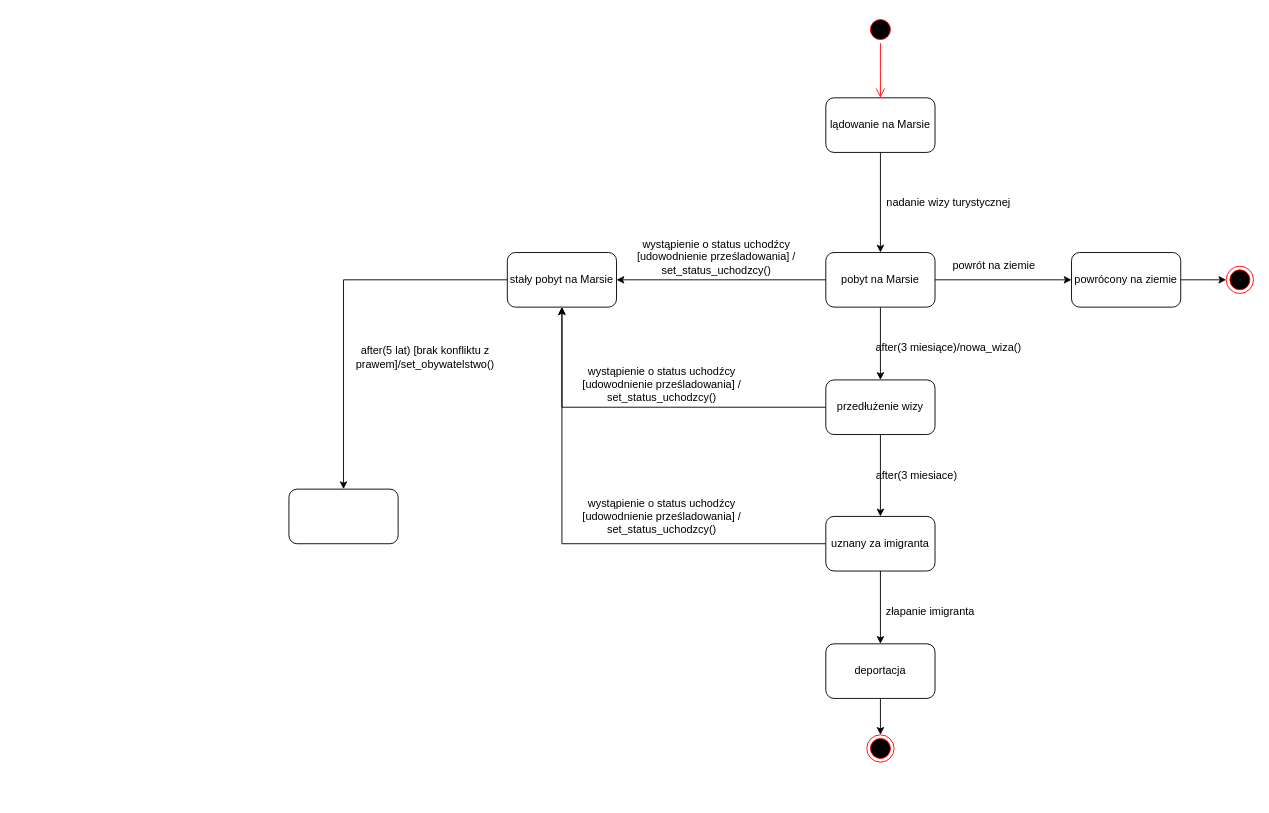
This is diagram_stan.drawio from MichjuX/UML_Diagrams, a draw.io file, before an edit. Source tidied: cells renumbered, new cells numbered last; positions are measured from the earlier drawing's top-left corner, leaving out a move shared by most shapes. Both pictures are drawn from the tidied source at 91%, with x=0, y=0 at pixel (288, 15).
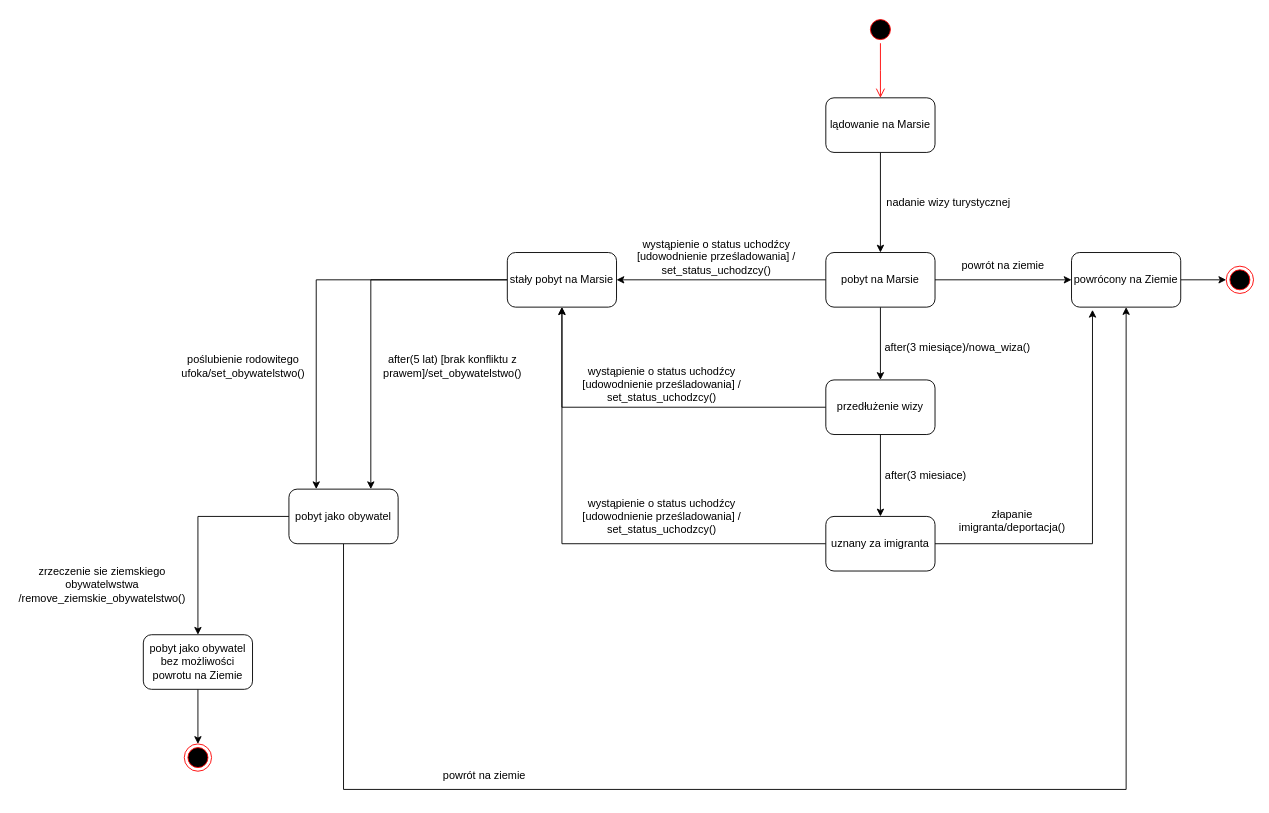
Above is the later version.

Unchanged cells that the change refers to:
```xml
<mxCell id="21" value="uznany za imigranta" style="rounded=1;whiteSpace=wrap;html=1;" parent="1" vertex="1">
  <mxGeometry x="590" y="550" width="120" height="60" as="geometry" />
</mxCell>
<mxCell id="28" value="stały pobyt na Marsie" style="rounded=1;whiteSpace=wrap;html=1;" parent="1" vertex="1">
  <mxGeometry x="240" y="260" width="120" height="60" as="geometry" />
</mxCell>
```

The edit, as a diff of the source:
```diff
@@
-    <mxCell id="12" value="powrócony na ziemie" style="rounded=1;whiteSpace=wrap;html=1;" parent="1" vertex="1">
+    <mxCell id="12" value="powrócony na Ziemie" style="rounded=1;whiteSpace=wrap;html=1;" parent="1" vertex="1">
       <mxGeometry x="860" y="260" width="120" height="60" as="geometry" />
     </mxCell>
     <mxCell id="13" value="powrót na ziemie" style="text;html=1;align=center;verticalAlign=middle;whiteSpace=wrap;rounded=0;" parent="1" vertex="1">
-      <mxGeometry x="700" y="260" width="150" height="30" as="geometry" />
+      <mxGeometry x="710" y="260" width="150" height="30" as="geometry" />
     </mxCell>
@@
     <mxCell id="18" value="after(3 miesiące)/nowa_wiza()" style="text;html=1;align=center;verticalAlign=middle;whiteSpace=wrap;rounded=0;" parent="1" vertex="1">
-      <mxGeometry x="625" y="350" width="200" height="30" as="geometry" />
+      <mxGeometry x="635" y="350" width="200" height="30" as="geometry" />
     </mxCell>
-    <mxCell id="19" style="edgeStyle=orthogonalEdgeStyle;rounded=0;jettySize=auto;html=1;" parent="1" edge="1" source="21" target="24">
-      <mxGeometry relative="1" as="geometry" />
-    </mxCell>
@@
     <mxCell id="22" value="after(3 miesiace)" style="text;html=1;align=center;verticalAlign=middle;whiteSpace=wrap;rounded=0;" parent="1" vertex="1">
-      <mxGeometry x="625" y="490" width="130" height="30" as="geometry" />
+      <mxGeometry x="635" y="490" width="130" height="30" as="geometry" />
     </mxCell>
-    <mxCell id="23" style="edgeStyle=orthogonalEdgeStyle;rounded=0;jettySize=auto;html=1;" parent="1" edge="1" source="24" target="26">
-      <mxGeometry relative="1" as="geometry" />
-    </mxCell>
-    <mxCell id="24" value="deportacja" style="rounded=1;whiteSpace=wrap;html=1;" parent="1" vertex="1">
-      <mxGeometry x="590" y="690" width="120" height="60" as="geometry" />
-    </mxCell>
-    <mxCell id="25" value="złapanie imigranta" style="text;html=1;align=center;verticalAlign=middle;whiteSpace=wrap;rounded=0;" parent="1" vertex="1">
-      <mxGeometry x="650" y="640" width="110" height="30" as="geometry" />
+    <mxCell id="25" value="złapanie imigranta/deportacja()" style="text;html=1;align=center;verticalAlign=middle;whiteSpace=wrap;rounded=0;" parent="1" vertex="1">
+      <mxGeometry x="740" y="540" width="110" height="30" as="geometry" />
     </mxCell>
-    <mxCell id="26" style="ellipse;html=1;shape=endState;fillColor=#000000;strokeColor=#ff0000;" parent="1" vertex="1">
-      <mxGeometry x="635" y="790" width="30" height="30" as="geometry" />
-    </mxCell>
-    <mxCell id="27" style="edgeStyle=orthogonalEdgeStyle;rounded=0;jettySize=auto;html=1;entryX=0.5;entryY=0;entryDx=0;entryDy=0;" parent="1" edge="1" source="28" target="32">
-      <mxGeometry relative="1" as="geometry" />
-    </mxCell>
+    <mxCell id="34" style="edgeStyle=orthogonalEdgeStyle;rounded=0;jettySize=auto;html=1;entryX=0.25;entryY=0;entryDx=0;entryDy=0;" parent="1" edge="1" source="28" target="32">
+      <mxGeometry relative="1" as="geometry" />
+    </mxCell>
+    <mxCell id="35" style="edgeStyle=orthogonalEdgeStyle;rounded=0;jettySize=auto;html=1;entryX=0.75;entryY=0;entryDx=0;entryDy=0;" parent="1" edge="1" source="28" target="32">
+      <mxGeometry relative="1" as="geometry" />
+    </mxCell>
@@
+    <mxCell id="36" style="edgeStyle=orthogonalEdgeStyle;rounded=0;jettySize=auto;html=1;entryX=0.5;entryY=1;entryDx=0;entryDy=0;" parent="1" edge="1" source="32" target="12">
+      <mxGeometry relative="1" as="geometry">
+        <Array as="points">
+          <mxPoint x="60" y="850" />
+          <mxPoint x="920" y="850" />
+        </Array>
+      </mxGeometry>
+    </mxCell>
+    <mxCell id="37" style="edgeStyle=orthogonalEdgeStyle;rounded=0;jettySize=auto;html=1;" parent="1" edge="1" source="32" target="41">
+      <mxGeometry relative="1" as="geometry" />
+    </mxCell>
-    <mxCell id="32" style="rounded=1;whiteSpace=wrap;html=1;" parent="1" vertex="1">
+    <mxCell id="32" value="pobyt jako obywatel" style="rounded=1;whiteSpace=wrap;html=1;" parent="1" vertex="1">
       <mxGeometry y="520" width="120" height="60" as="geometry" />
     </mxCell>
     <mxCell id="33" value="after(5 lat) [brak konfliktu z prawem]/set_obywatelstwo()" style="text;html=1;align=center;verticalAlign=middle;whiteSpace=wrap;rounded=0;" parent="1" vertex="1">
-      <mxGeometry x="60" y="360" width="180" height="30" as="geometry" />
+      <mxGeometry x="90" y="370" width="180" height="30" as="geometry" />
     </mxCell>
+    <mxCell id="38" value="poślubienie rodowitego ufoka/set_obywatelstwo()" style="text;html=1;align=center;verticalAlign=middle;whiteSpace=wrap;rounded=0;" parent="1" vertex="1">
+      <mxGeometry x="-110" y="370" width="120" height="30" as="geometry" />
+    </mxCell>
+    <mxCell id="39" value="powrót na ziemie" style="text;html=1;align=center;verticalAlign=middle;whiteSpace=wrap;rounded=0;" parent="1" vertex="1">
+      <mxGeometry x="140" y="820" width="150" height="30" as="geometry" />
+    </mxCell>
+    <mxCell id="40" style="edgeStyle=orthogonalEdgeStyle;rounded=0;jettySize=auto;html=1;entryX=0.5;entryY=0;entryDx=0;entryDy=0;" parent="1" edge="1" source="41" target="43">
+      <mxGeometry relative="1" as="geometry" />
+    </mxCell>
+    <mxCell id="41" value="pobyt jako obywatel bez możliwości powrotu na Ziemie" style="rounded=1;whiteSpace=wrap;html=1;" parent="1" vertex="1">
+      <mxGeometry x="-160" y="680" width="120" height="60" as="geometry" />
+    </mxCell>
+    <mxCell id="42" value="zrzeczenie sie ziemskiego obywatelwstwa&lt;div&gt;/remove_ziemskie_obywatelstwo()&lt;/div&gt;" style="text;html=1;align=center;verticalAlign=middle;whiteSpace=wrap;rounded=0;" parent="1" vertex="1">
+      <mxGeometry x="-300" y="610" width="190" height="30" as="geometry" />
+    </mxCell>
+    <mxCell id="43" style="ellipse;html=1;shape=endState;fillColor=#000000;strokeColor=#ff0000;" parent="1" vertex="1">
+      <mxGeometry x="-115" y="800" width="30" height="30" as="geometry" />
+    </mxCell>
+    <mxCell id="44" style="edgeStyle=orthogonalEdgeStyle;rounded=0;jettySize=auto;html=1;entryX=0.192;entryY=1.05;entryDx=0;entryDy=0;entryPerimeter=0;" parent="1" edge="1" source="21" target="12">
+      <mxGeometry relative="1" as="geometry" />
+    </mxCell>
```
